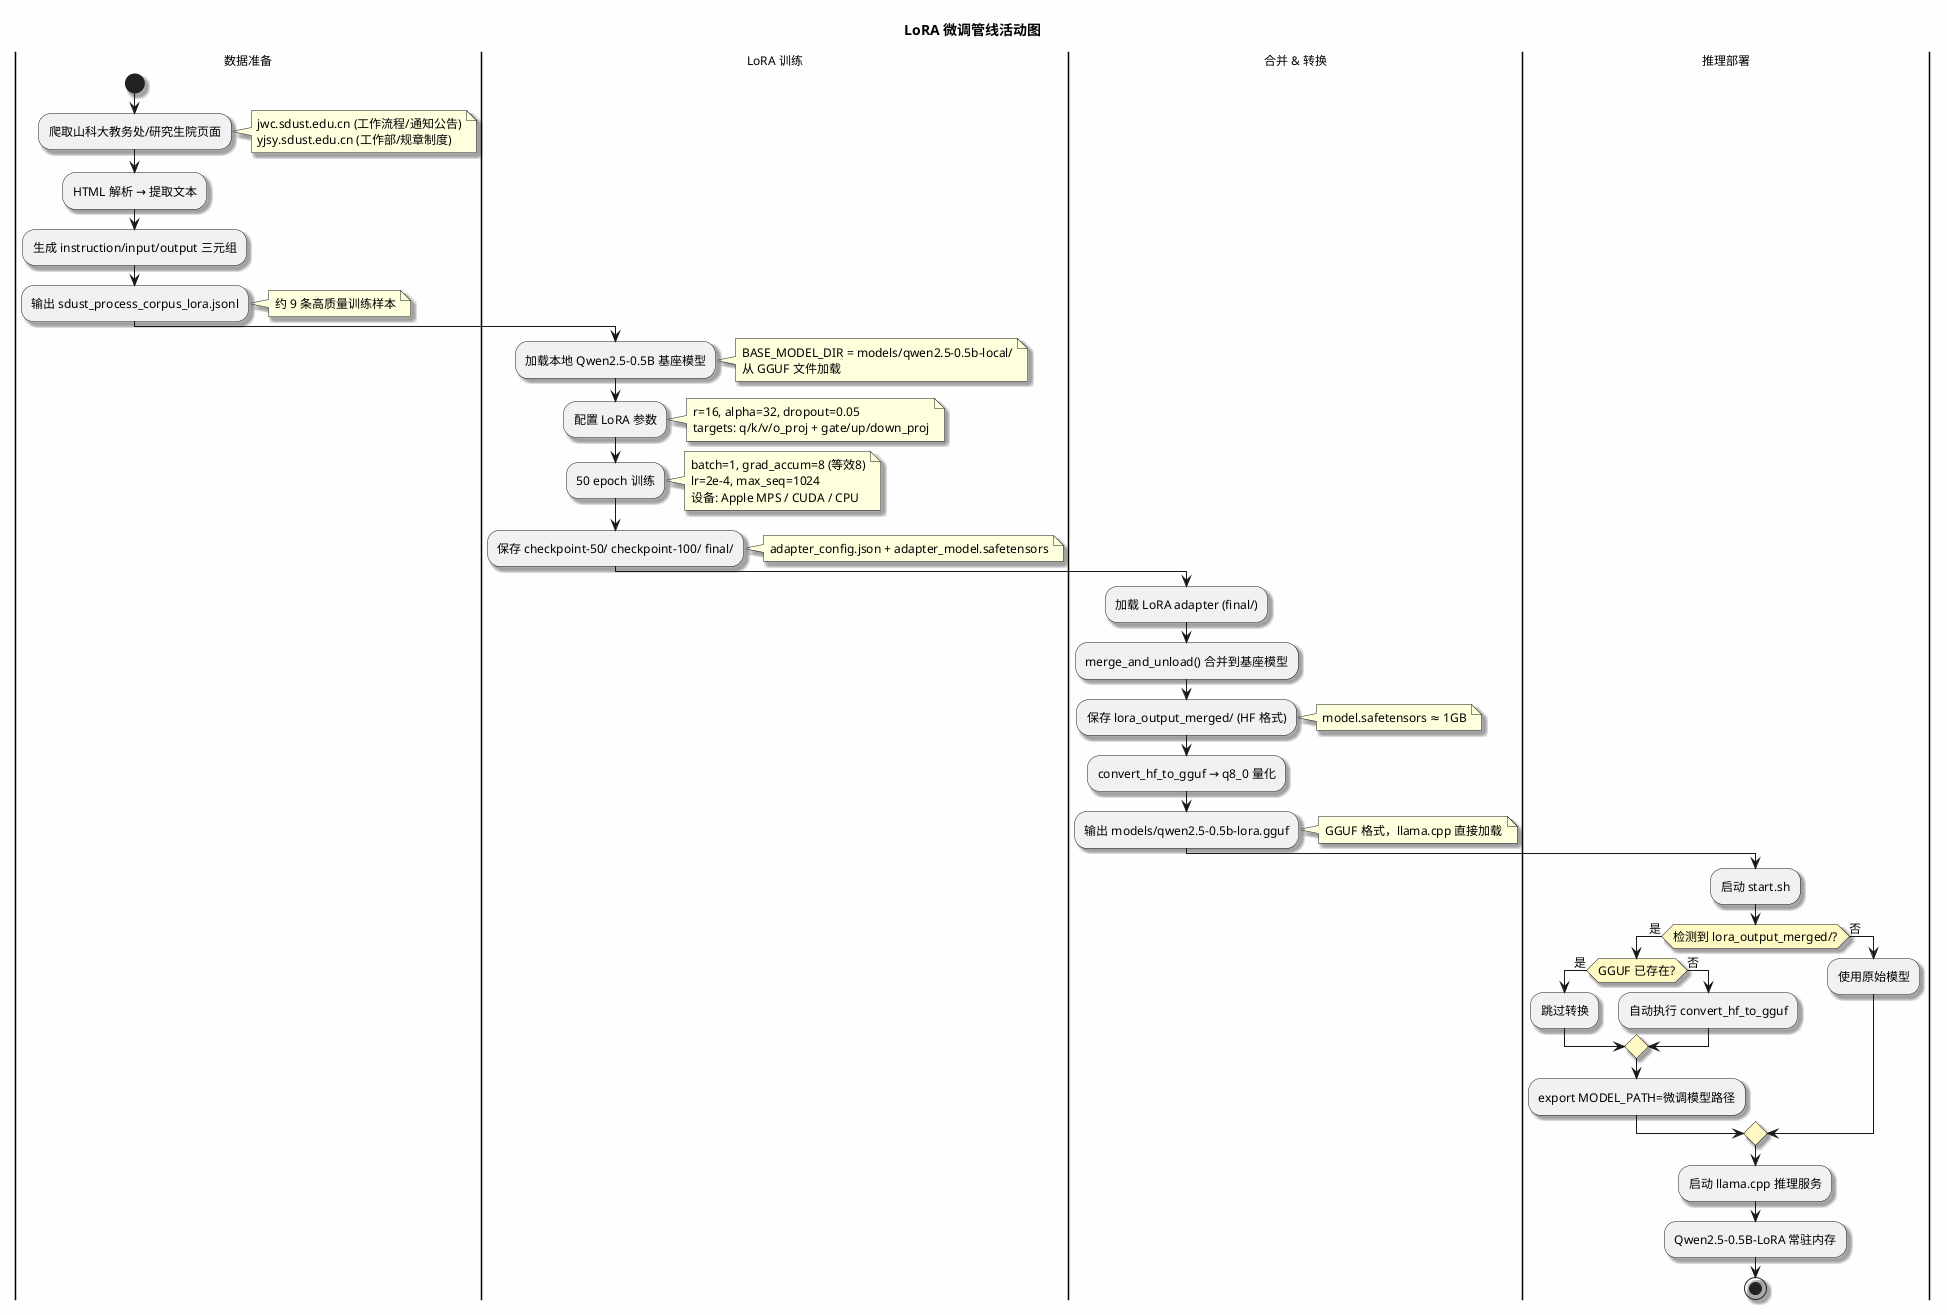
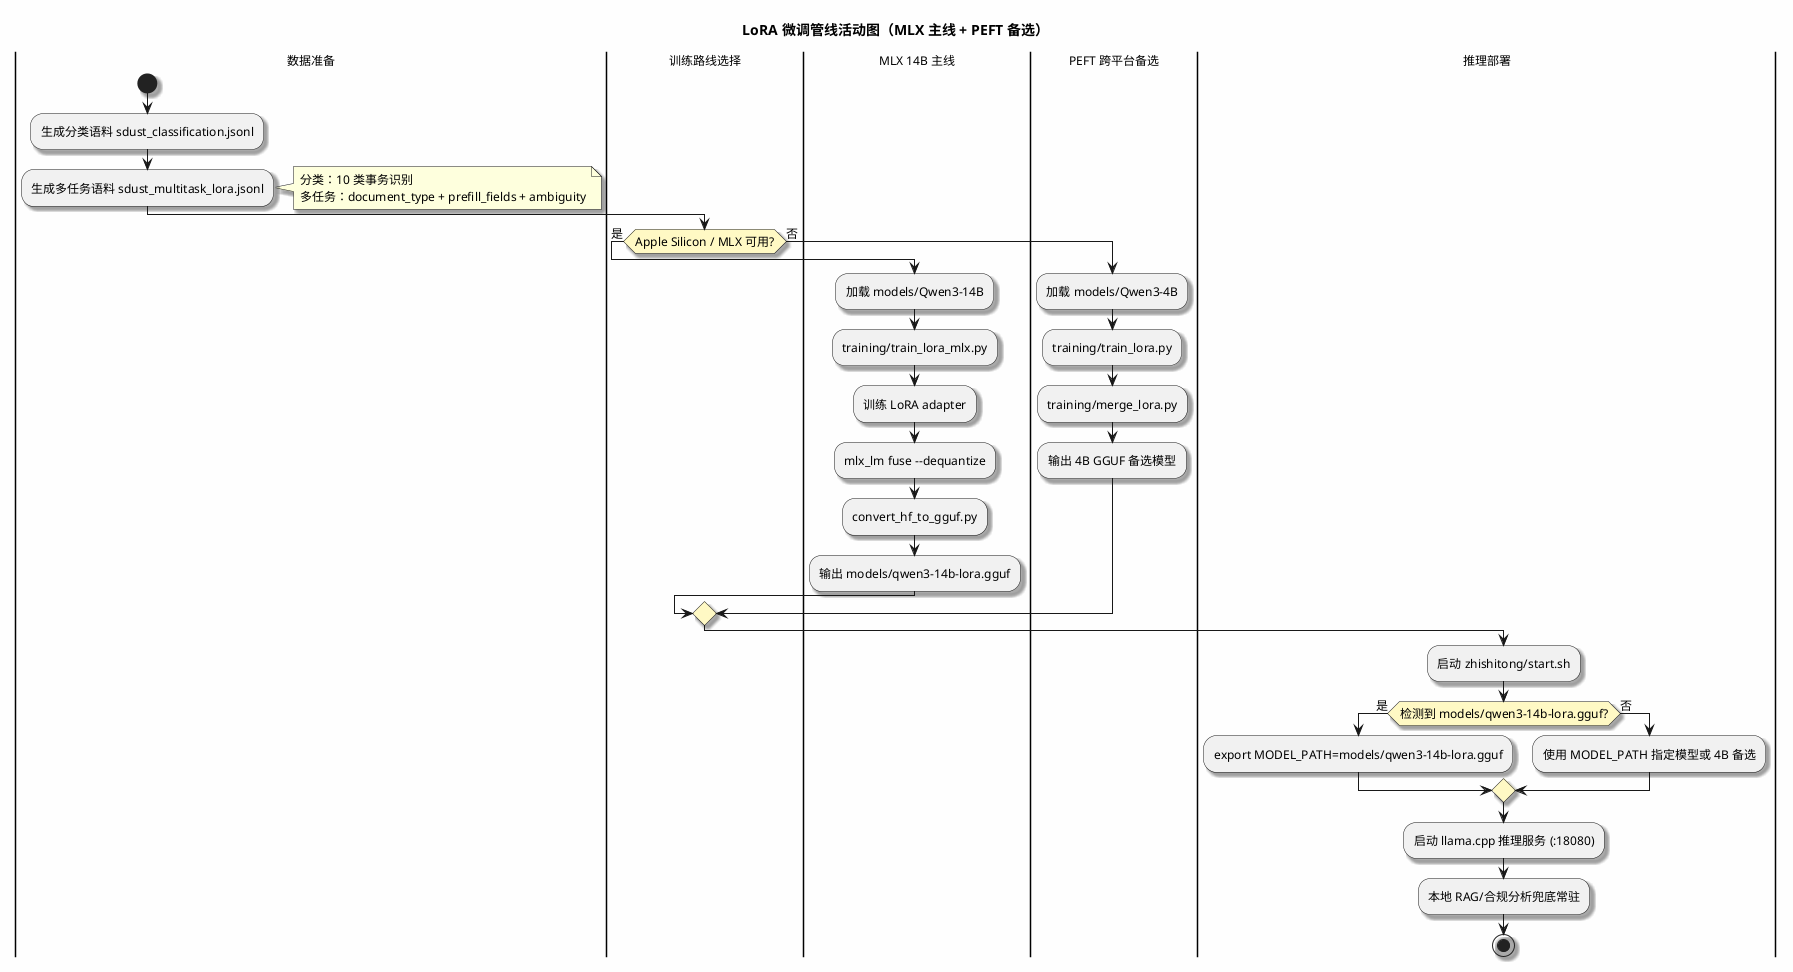
@startuml LoRA微调管线活动图
' ============================================================
- ' 智审通 — LoRA 微调管线活动图
+ ' 智审通 — LoRA 微调管线活动图（v0.6.3）
' ============================================================

skinparam backgroundColor #FEFEFE
skinparam defaultFontSize 12
skinparam shadowing true
skinparam activityDiamondBackgroundColor #FFF9C4

- title LoRA 微调管线活动图
+ title LoRA 微调管线活动图（MLX 主线 + PEFT 备选）

|数据准备|
start
- :爬取山科大教务处/研究生院页面;
+ :生成分类语料 sdust_classification.jsonl;
+ :生成多任务语料 sdust_multitask_lora.jsonl;
note right
-   jwc.sdust.edu.cn (工作流程/通知公告)
-   yjsy.sdust.edu.cn (工作部/规章制度)
+   分类：10 类事务识别
+   多任务：document_type + prefill_fields + ambiguity
end note
- :HTML 解析 → 提取文本;
- :生成 instruction/input/output 三元组;
- :输出 sdust_process_corpus_lora.jsonl;
- note right: 约 9 条高质量训练样本

- |LoRA 训练|
- :加载本地 Qwen2.5-0.5B 基座模型;
- note right
-   BASE_MODEL_DIR = models/qwen2.5-0.5b-local/
-   从 GGUF 文件加载
- end note
- :配置 LoRA 参数;
- note right
-   r=16, alpha=32, dropout=0.05
-   targets: q/k/v/o_proj + gate/up/down_proj
- end note
- :50 epoch 训练;
- note right
-   batch=1, grad_accum=8 (等效8)
-   lr=2e-4, max_seq=1024
-   设备: Apple MPS / CUDA / CPU
- end note
- :保存 checkpoint-50/ checkpoint-100/ final/;
- note right: adapter_config.json + adapter_model.safetensors
- 
- |合并 & 转换|
- :加载 LoRA adapter (final/);
- :merge_and_unload() 合并到基座模型;
- :保存 lora_output_merged/ (HF 格式);
- note right: model.safetensors ≈ 1GB
- :convert_hf_to_gguf → q8_0 量化;
- :输出 models/qwen2.5-0.5b-lora.gguf;
- note right: GGUF 格式，llama.cpp 直接加载
+ |训练路线选择|
+ if (Apple Silicon / MLX 可用?) then (是)
+   |MLX 14B 主线|
+   :加载 models/Qwen3-14B;
+   :training/train_lora_mlx.py;
+   :训练 LoRA adapter;
+   :mlx_lm fuse --dequantize;
+   :convert_hf_to_gguf.py;
+   :输出 models/qwen3-14b-lora.gguf;
+ else (否)
+   |PEFT 跨平台备选|
+   :加载 models/Qwen3-4B;
+   :training/train_lora.py;
+   :training/merge_lora.py;
+   :输出 4B GGUF 备选模型;
+ endif

|推理部署|
- :启动 start.sh;
- if (检测到 lora_output_merged/?) then (是)
-   if (GGUF 已存在?) then (是)
-     :跳过转换;
-   else (否)
-     :自动执行 convert_hf_to_gguf;
-   endif
-   :export MODEL_PATH=微调模型路径;
+ :启动 zhishitong/start.sh;
+ if (检测到 models/qwen3-14b-lora.gguf?) then (是)
+   :export MODEL_PATH=models/qwen3-14b-lora.gguf;
else (否)
-   :使用原始模型;
+   :使用 MODEL_PATH 指定模型或 4B 备选;
endif
- :启动 llama.cpp 推理服务;
- :Qwen2.5-0.5B-LoRA 常驻内存;
+ :启动 llama.cpp 推理服务 (:18080);
+ :本地 RAG/合规分析兜底常驻;
stop

@enduml
